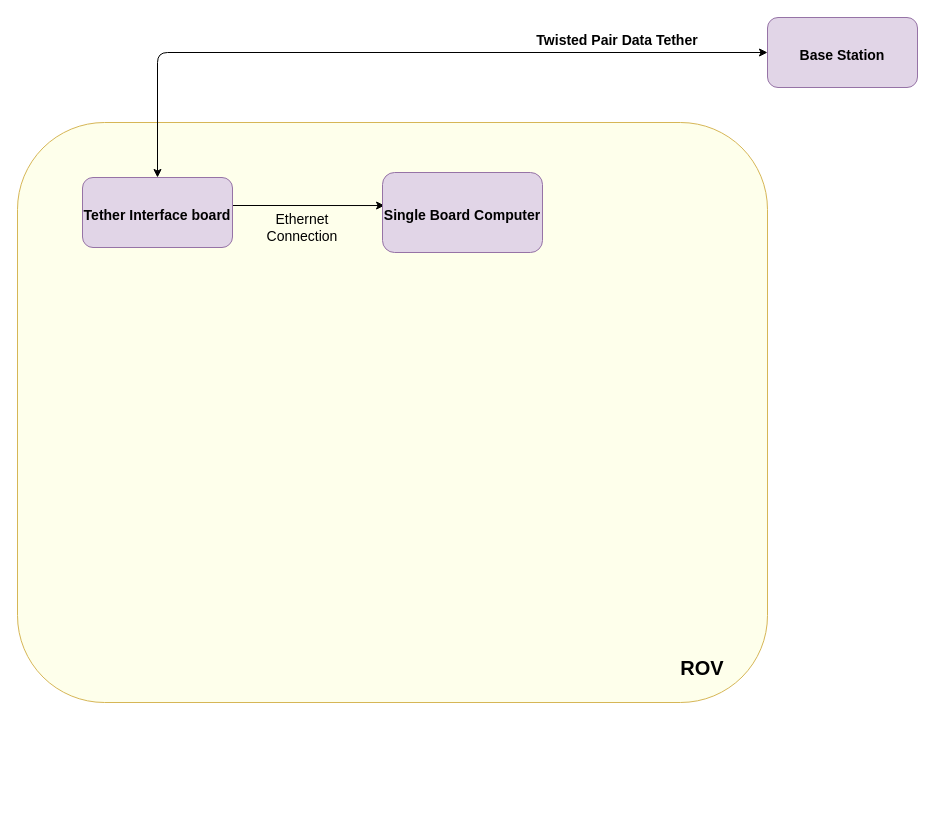
This is docs/architecture/ROV_Domain_Software.drawio from sherrardTr4129/RIT-MSD-Finger-Lakes-ROV, a draw.io file, before an edit. Source tidied: cells renumbered, new cells numbered last; positions are measured from the earlier drawing's top-left corner, leaving out a move shared by most shapes. Both pictures are drawn from the tidied source at 100%, with x=0, y=0 at pixel (17, 17).
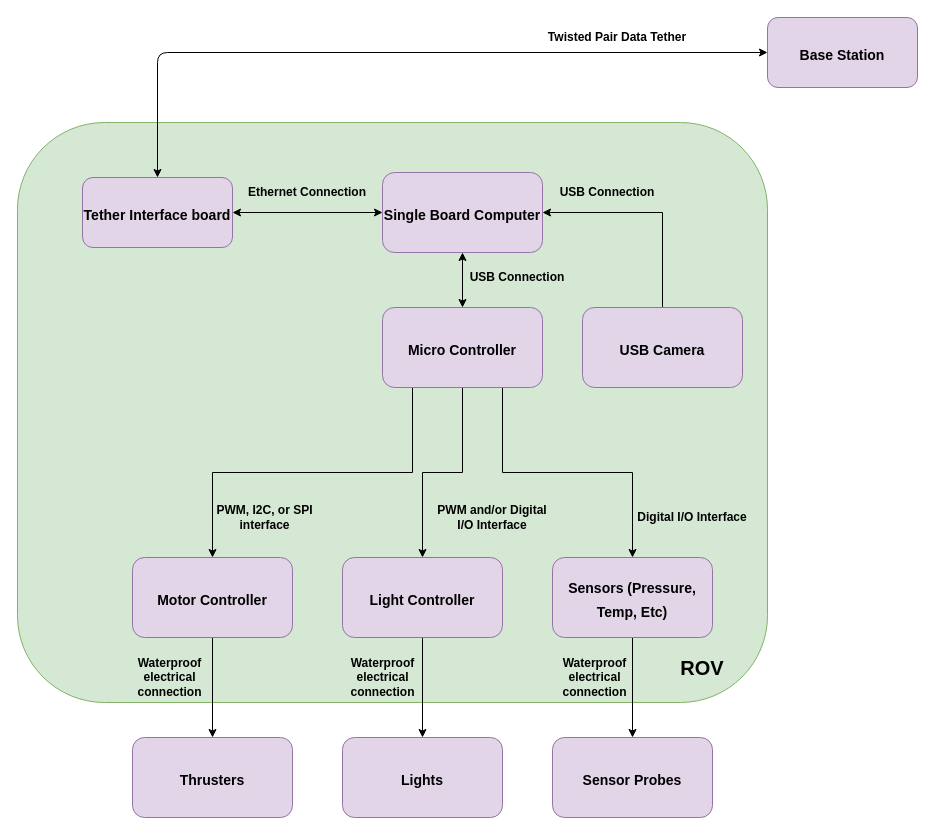
Above is the later version.

The change refers to these unchanged cells:
```xml
<mxCell id="5" value="&lt;span style=&quot;font-size: 14px&quot;&gt;&lt;b&gt;Tether Interface board&lt;/b&gt;&lt;/span&gt;" style="rounded=1;whiteSpace=wrap;html=1;fillColor=#e1d5e7;fontSize=20;strokeColor=#9673a6;" parent="1" vertex="1">
  <mxGeometry x="65" y="160" width="150" height="70" as="geometry" />
</mxCell>
<mxCell id="9" value="&lt;font style=&quot;font-size: 14px&quot;&gt;Single Board Computer&lt;/font&gt;" style="rounded=1;whiteSpace=wrap;html=1;fillColor=#e1d5e7;fontSize=20;strokeColor=#9673a6;fontStyle=1;" parent="1" vertex="1">
  <mxGeometry x="365" y="155" width="160" height="80" as="geometry" />
</mxCell>
```

Change to the diagram source:
```diff
@@
-    <mxCell id="2" style="rounded=1;whiteSpace=wrap;html=1;fillColor=#FEFFEB;strokeColor=#d6b656;" parent="1" vertex="1">
+    <mxCell id="2" style="rounded=1;whiteSpace=wrap;html=1;fillColor=#d5e8d4;strokeColor=#82b366;" parent="1" vertex="1">
       <mxGeometry y="105" width="750" height="580" as="geometry" />
     </mxCell>
@@
-    <mxCell id="4" style="edgeStyle=orthogonalEdgeStyle;rounded=0;jettySize=auto;html=1;exitX=1;exitY=0.5;exitDx=0;exitDy=0;entryX=0.013;entryY=0.413;entryDx=0;entryDy=0;entryPerimeter=0;fontSize=20;" parent="1" edge="1" source="5" target="9">
-      <mxGeometry relative="1" as="geometry">
-        <Array as="points">
-          <mxPoint x="215" y="188" />
-        </Array>
-      </mxGeometry>
-    </mxCell>
@@
-    <mxCell id="8" value="&lt;font style=&quot;font-size: 14px&quot;&gt;Twisted Pair Data Tether&lt;/font&gt;" style="text;html=1;strokeColor=none;fillColor=none;align=center;verticalAlign=middle;whiteSpace=wrap;rounded=0;fontSize=20;fontStyle=1;" parent="1" vertex="1">
+    <mxCell id="8" value="&lt;font style=&quot;font-size: 12px;&quot;&gt;Twisted Pair Data Tether&lt;/font&gt;" style="text;html=1;strokeColor=none;fillColor=none;align=center;verticalAlign=middle;whiteSpace=wrap;rounded=0;fontSize=12;fontStyle=1;" parent="1" vertex="1">
       <mxGeometry x="495" y="10" width="210" height="20" as="geometry" />
     </mxCell>
@@
-    <mxCell id="10" value="Ethernet Connection" style="text;html=1;strokeColor=none;fillColor=none;align=center;verticalAlign=middle;whiteSpace=wrap;rounded=0;fontSize=14;" parent="1" vertex="1">
-      <mxGeometry x="225" y="200" width="120" height="20" as="geometry" />
+    <mxCell id="10" value="Ethernet Connection" style="text;html=1;strokeColor=none;fillColor=none;align=center;verticalAlign=middle;whiteSpace=wrap;rounded=0;fontSize=12;fontStyle=1;" parent="1" vertex="1">
+      <mxGeometry x="230" y="165" width="120" height="20" as="geometry" />
     </mxCell>
+    <mxCell id="11" style="edgeStyle=orthogonalEdgeStyle;rounded=0;jettySize=auto;html=1;exitX=0.25;exitY=1;exitDx=0;exitDy=0;entryX=0.5;entryY=0;entryDx=0;entryDy=0;" parent="1" edge="1" source="14" target="17">
+      <mxGeometry relative="1" as="geometry">
+        <Array as="points">
+          <mxPoint x="395" y="370" />
+          <mxPoint x="395" y="455" />
+          <mxPoint x="195" y="455" />
+        </Array>
+      </mxGeometry>
+    </mxCell>
+    <mxCell id="12" style="edgeStyle=orthogonalEdgeStyle;rounded=0;jettySize=auto;html=1;exitX=0.75;exitY=1;exitDx=0;exitDy=0;" parent="1" edge="1" source="14" target="21">
+      <mxGeometry relative="1" as="geometry" />
+    </mxCell>
+    <mxCell id="13" style="edgeStyle=orthogonalEdgeStyle;rounded=0;jettySize=auto;html=1;exitX=0.5;exitY=1;exitDx=0;exitDy=0;" parent="1" edge="1" source="14" target="19">
+      <mxGeometry relative="1" as="geometry" />
+    </mxCell>
+    <mxCell id="14" value="&lt;font style=&quot;font-size: 14px&quot;&gt;Micro Controller&lt;/font&gt;" style="rounded=1;whiteSpace=wrap;html=1;fillColor=#e1d5e7;fontSize=20;strokeColor=#9673a6;fontStyle=1;" parent="1" vertex="1">
+      <mxGeometry x="365" y="290" width="160" height="80" as="geometry" />
+    </mxCell>
+    <mxCell id="15" style="endArrow=classic;startArrow=classic;html=1;entryX=0.5;entryY=1;entryDx=0;entryDy=0;" parent="1" edge="1" source="14" target="9">
+      <mxGeometry relative="1" as="geometry" />
+    </mxCell>
+    <mxCell id="16" style="edgeStyle=orthogonalEdgeStyle;rounded=0;jettySize=auto;html=1;exitX=0.5;exitY=1;exitDx=0;exitDy=0;fontSize=12;" parent="1" edge="1" source="17" target="28">
+      <mxGeometry relative="1" as="geometry" />
+    </mxCell>
+    <mxCell id="17" value="&lt;font style=&quot;font-size: 14px&quot;&gt;Motor Controller&lt;/font&gt;" style="rounded=1;whiteSpace=wrap;html=1;fillColor=#e1d5e7;fontSize=20;strokeColor=#9673a6;fontStyle=1;" parent="1" vertex="1">
+      <mxGeometry x="115" y="540" width="160" height="80" as="geometry" />
+    </mxCell>
+    <mxCell id="18" style="edgeStyle=orthogonalEdgeStyle;rounded=0;jettySize=auto;html=1;exitX=0.5;exitY=1;exitDx=0;exitDy=0;fontSize=12;" parent="1" edge="1" source="19" target="29">
+      <mxGeometry relative="1" as="geometry" />
+    </mxCell>
+    <mxCell id="19" value="&lt;font style=&quot;font-size: 14px&quot;&gt;Light Controller&lt;/font&gt;" style="rounded=1;whiteSpace=wrap;html=1;fillColor=#e1d5e7;fontSize=20;strokeColor=#9673a6;fontStyle=1;" parent="1" vertex="1">
+      <mxGeometry x="325" y="540" width="160" height="80" as="geometry" />
+    </mxCell>
+    <mxCell id="20" style="edgeStyle=orthogonalEdgeStyle;rounded=0;jettySize=auto;html=1;exitX=0.5;exitY=1;exitDx=0;exitDy=0;fontSize=12;" parent="1" edge="1" source="21" target="30">
+      <mxGeometry relative="1" as="geometry" />
+    </mxCell>
+    <mxCell id="21" value="&lt;font style=&quot;font-size: 14px&quot;&gt;Sensors (Pressure, Temp, Etc)&lt;/font&gt;" style="rounded=1;whiteSpace=wrap;html=1;fillColor=#e1d5e7;fontSize=20;strokeColor=#9673a6;fontStyle=1;" parent="1" vertex="1">
+      <mxGeometry x="535" y="540" width="160" height="80" as="geometry" />
+    </mxCell>
+    <mxCell id="22" value="&lt;b&gt;PWM, I2C, or SPI interface&lt;/b&gt;" style="text;html=1;strokeColor=none;fillColor=none;align=center;verticalAlign=middle;whiteSpace=wrap;rounded=0;" parent="1" vertex="1">
+      <mxGeometry x="195" y="490" width="105" height="20" as="geometry" />
+    </mxCell>
+    <mxCell id="23" value="&lt;b&gt;PWM and/or Digital I/O Interface&lt;/b&gt;" style="text;html=1;strokeColor=none;fillColor=none;align=center;verticalAlign=middle;whiteSpace=wrap;rounded=0;" parent="1" vertex="1">
+      <mxGeometry x="415" y="490" width="120" height="20" as="geometry" />
+    </mxCell>
+    <mxCell id="24" value="&lt;b&gt;Digital I/O Interface&lt;/b&gt;" style="text;html=1;strokeColor=none;fillColor=none;align=center;verticalAlign=middle;whiteSpace=wrap;rounded=0;" parent="1" vertex="1">
+      <mxGeometry x="615" y="490" width="120" height="20" as="geometry" />
+    </mxCell>
+    <mxCell id="25" style="edgeStyle=orthogonalEdgeStyle;rounded=0;jettySize=auto;html=1;exitX=0.5;exitY=0;exitDx=0;exitDy=0;entryX=1;entryY=0.5;entryDx=0;entryDy=0;fontSize=12;" parent="1" edge="1" source="26" target="9">
+      <mxGeometry relative="1" as="geometry" />
+    </mxCell>
+    <mxCell id="26" value="&lt;font style=&quot;font-size: 14px&quot;&gt;USB Camera&lt;/font&gt;" style="rounded=1;whiteSpace=wrap;html=1;fillColor=#e1d5e7;fontSize=20;strokeColor=#9673a6;fontStyle=1;" parent="1" vertex="1">
+      <mxGeometry x="565" y="290" width="160" height="80" as="geometry" />
+    </mxCell>
+    <mxCell id="27" value="&lt;b&gt;USB Connection&lt;/b&gt;" style="text;html=1;strokeColor=none;fillColor=none;align=center;verticalAlign=middle;whiteSpace=wrap;rounded=0;" parent="1" vertex="1">
+      <mxGeometry x="525" y="165" width="130" height="20" as="geometry" />
+    </mxCell>
+    <mxCell id="28" value="&lt;font style=&quot;font-size: 14px&quot;&gt;Thrusters&lt;/font&gt;" style="rounded=1;whiteSpace=wrap;html=1;fillColor=#e1d5e7;fontSize=20;strokeColor=#9673a6;fontStyle=1;" parent="1" vertex="1">
+      <mxGeometry x="115" y="720" width="160" height="80" as="geometry" />
+    </mxCell>
+    <mxCell id="29" value="&lt;font style=&quot;font-size: 14px&quot;&gt;Lights&lt;/font&gt;" style="rounded=1;whiteSpace=wrap;html=1;fillColor=#e1d5e7;fontSize=20;strokeColor=#9673a6;fontStyle=1;" parent="1" vertex="1">
+      <mxGeometry x="325" y="720" width="160" height="80" as="geometry" />
+    </mxCell>
+    <mxCell id="30" value="&lt;font style=&quot;font-size: 14px&quot;&gt;Sensor Probes&lt;/font&gt;" style="rounded=1;whiteSpace=wrap;html=1;fillColor=#e1d5e7;fontSize=20;strokeColor=#9673a6;fontStyle=1;" parent="1" vertex="1">
+      <mxGeometry x="535" y="720" width="160" height="80" as="geometry" />
+    </mxCell>
+    <mxCell id="31" value="&lt;b&gt;USB Connection&lt;/b&gt;" style="text;html=1;strokeColor=none;fillColor=none;align=center;verticalAlign=middle;whiteSpace=wrap;rounded=0;" parent="1" vertex="1">
+      <mxGeometry x="435" y="250" width="130" height="20" as="geometry" />
+    </mxCell>
+    <mxCell id="4" style="endArrow=classic;startArrow=classic;html=1;fontSize=12;exitX=1;exitY=0.5;exitDx=0;exitDy=0;entryX=0;entryY=0.5;entryDx=0;entryDy=0;" parent="1" edge="1" source="5" target="9">
+      <mxGeometry relative="1" as="geometry" />
+    </mxCell>
+    <mxCell id="32" value="&lt;b&gt;Waterproof electrical connection&lt;/b&gt;" style="text;html=1;strokeColor=none;fillColor=none;align=center;verticalAlign=middle;whiteSpace=wrap;rounded=0;" parent="1" vertex="1">
+      <mxGeometry x="100" y="650" width="105" height="20" as="geometry" />
+    </mxCell>
+    <mxCell id="33" value="&lt;b&gt;Waterproof electrical connection&lt;/b&gt;" style="text;html=1;strokeColor=none;fillColor=none;align=center;verticalAlign=middle;whiteSpace=wrap;rounded=0;" parent="1" vertex="1">
+      <mxGeometry x="312.5" y="650" width="105" height="20" as="geometry" />
+    </mxCell>
+    <mxCell id="34" value="&lt;b&gt;Waterproof electrical connection&lt;/b&gt;" style="text;html=1;strokeColor=none;fillColor=none;align=center;verticalAlign=middle;whiteSpace=wrap;rounded=0;" parent="1" vertex="1">
+      <mxGeometry x="525" y="650" width="105" height="20" as="geometry" />
+    </mxCell>
```
